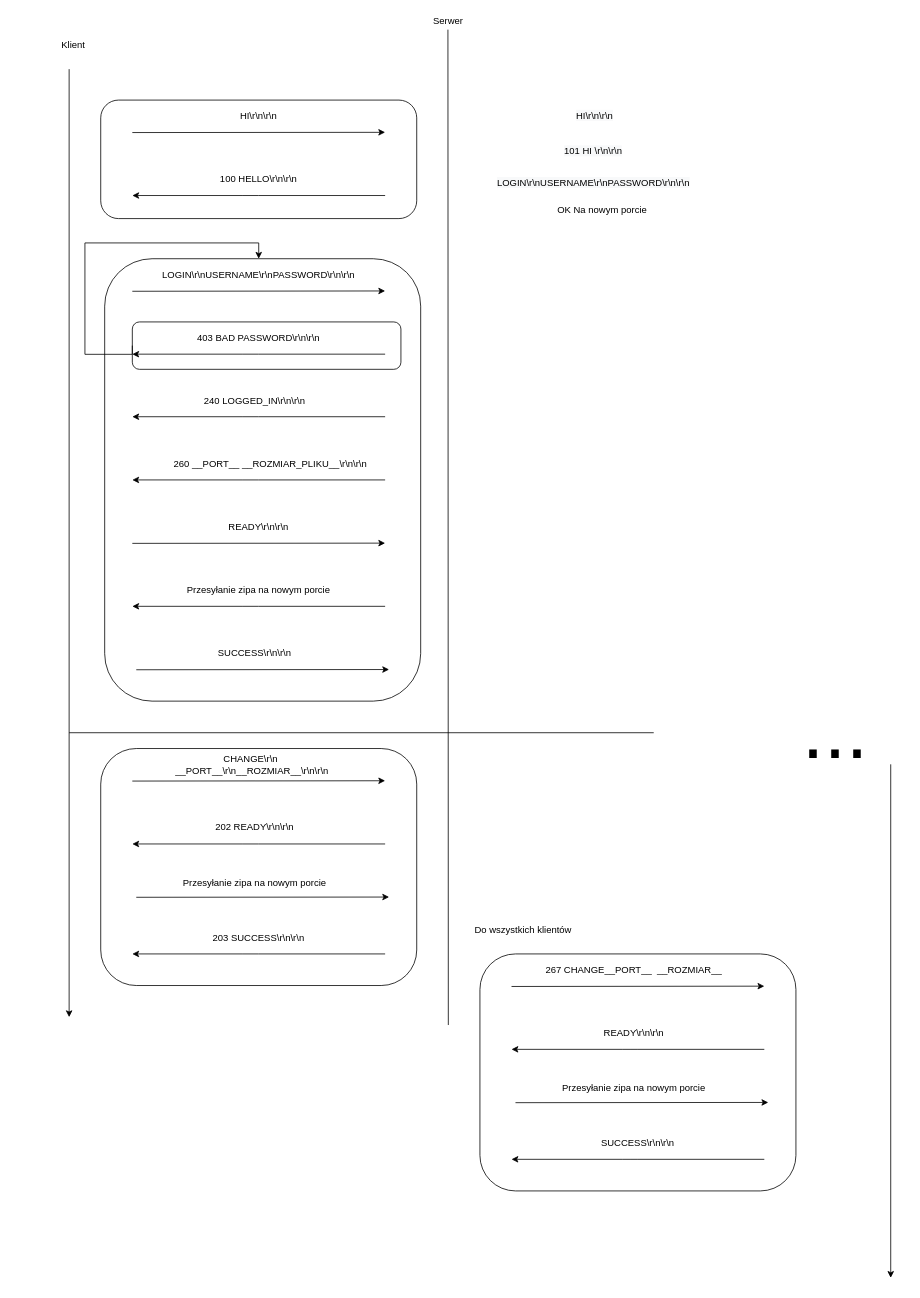
Before: docs/Szkic.drawio in piotrkorniak/PAS, a draw.io diagram. Source tidied: cells renumbered, new cells numbered last; positions are measured from the earlier drawing's top-left corner, leaving out a move shared by most shapes. Both pictures are drawn from the tidied source at 79%, with x=0, y=0 at pixel (13, 13).
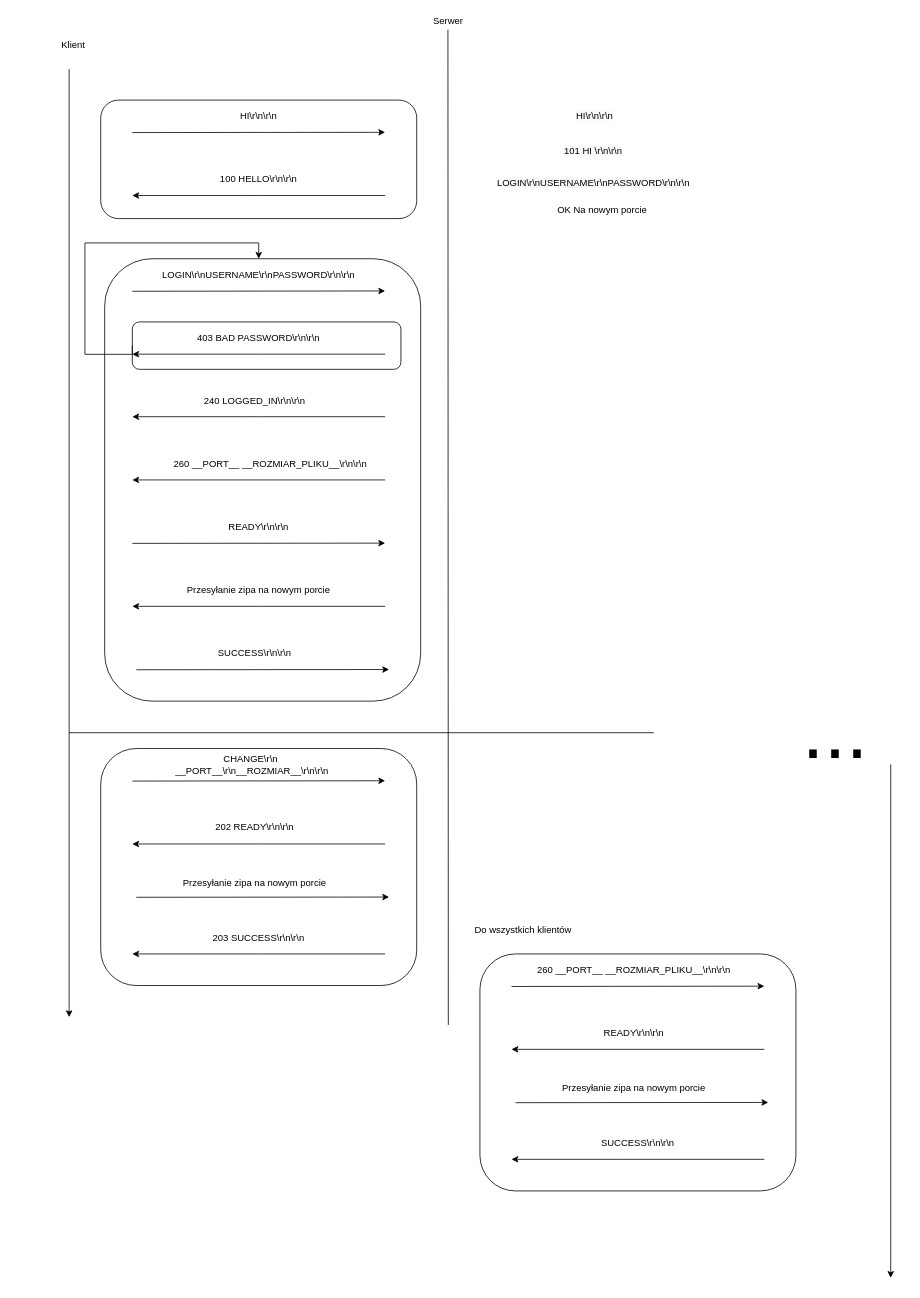
After the change.

The edit, as a diff of the source:
```diff
@@
-    <mxCell id="40" value="267 CHANGE__PORT__&amp;nbsp; __ROZMIAR__" style="text;html=1;strokeColor=none;fillColor=none;align=center;verticalAlign=middle;whiteSpace=wrap;rounded=0;" parent="1" vertex="1">
+    <mxCell id="40" value="260 __PORT__ __ROZMIAR_PLIKU__\r\n\r\n" style="text;html=1;strokeColor=none;fillColor=none;align=center;verticalAlign=middle;whiteSpace=wrap;rounded=0;" parent="1" vertex="1">
       <mxGeometry x="630" y="1200.8" width="310" height="20" as="geometry" />
     </mxCell>
```
